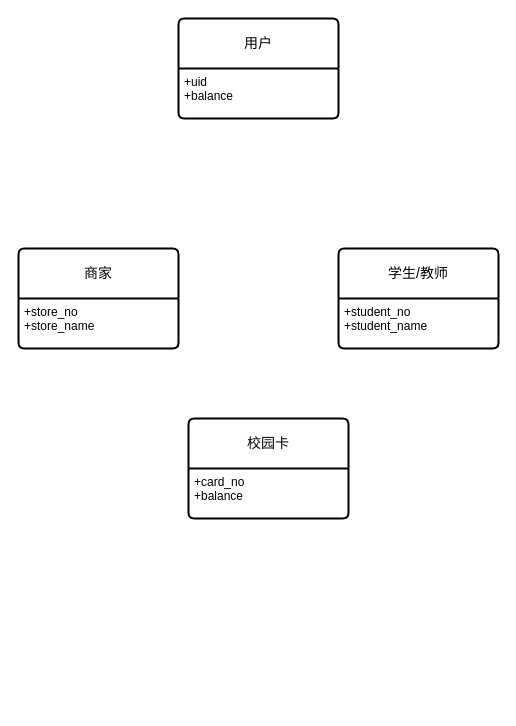
The draw.io diagram ER-Charts/ER_CampusCard.drawio in ShiaoYoung/Database-course_design, before the edit. Source tidied: cells renumbered, new cells numbered last; positions are measured from the earlier drawing's top-left corner, leaving out a move shared by most shapes. Both pictures are drawn from the tidied source at 100%, with x=0, y=0 at pixel (18, 18).
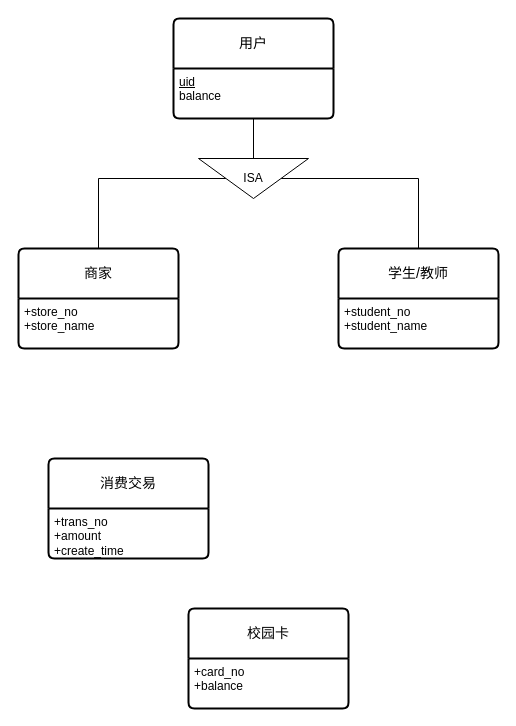
Above is the later version.

Change to the diagram source:
```diff
@@
 <mxGraphModel>
   <root>
     <mxCell id="0" />
     <mxCell id="1" parent="0" />
     <mxCell id="2" value="商家" style="swimlane;horizontal=1;startSize=50;rounded=1;fontSize=14;fontStyle=0;strokeWidth=2;shadow=0;dashed=0;align=center;arcSize=4;whiteSpace=wrap;html=1;" parent="1" vertex="1">
       <mxGeometry y="230" width="160" height="100" as="geometry" />
     </mxCell>
     <mxCell id="3" value="+store_no&lt;br&gt;+store_name" style="align=left;strokeColor=none;fillColor=none;spacingLeft=4;fontSize=12;verticalAlign=top;html=1;" parent="2" vertex="1">
       <mxGeometry y="50" width="160" height="50" as="geometry" />
     </mxCell>
     <mxCell id="4" value="校园卡" style="swimlane;horizontal=1;startSize=50;rounded=1;fontSize=14;fontStyle=0;strokeWidth=2;shadow=0;dashed=0;align=center;arcSize=4;whiteSpace=wrap;html=1;" parent="1" vertex="1">
-      <mxGeometry x="170" y="400" width="160" height="100" as="geometry" />
+      <mxGeometry x="170" y="590" width="160" height="100" as="geometry" />
     </mxCell>
     <mxCell id="5" value="+card_no&lt;br&gt;+balance" style="align=left;strokeColor=none;fillColor=none;spacingLeft=4;fontSize=12;verticalAlign=top;html=1;" parent="4" vertex="1">
       <mxGeometry y="50" width="160" height="50" as="geometry" />
     </mxCell>
     <mxCell id="6" value="用户" style="swimlane;horizontal=1;startSize=50;rounded=1;fontSize=14;fontStyle=0;strokeWidth=2;shadow=0;dashed=0;align=center;arcSize=4;whiteSpace=wrap;html=1;" parent="1" vertex="1">
-      <mxGeometry x="160" width="160" height="100" as="geometry" />
+      <mxGeometry x="155" width="160" height="100" as="geometry" />
     </mxCell>
-    <mxCell id="7" value="+uid&lt;br&gt;+balance" style="align=left;strokeColor=none;fillColor=none;spacingLeft=4;fontSize=12;verticalAlign=top;html=1;" parent="6" vertex="1">
+    <mxCell id="7" value="&lt;u&gt;uid&lt;/u&gt;&lt;br&gt;balance" style="align=left;strokeColor=none;fillColor=none;spacingLeft=4;fontSize=12;verticalAlign=top;html=1;" parent="6" vertex="1">
       <mxGeometry y="50" width="160" height="50" as="geometry" />
     </mxCell>
     <mxCell id="8" value="学生/教师" style="swimlane;horizontal=1;startSize=50;rounded=1;fontSize=14;fontStyle=0;strokeWidth=2;shadow=0;dashed=0;align=center;arcSize=4;whiteSpace=wrap;html=1;" parent="1" vertex="1">
       <mxGeometry x="320" y="230" width="160" height="100" as="geometry" />
     </mxCell>
     <mxCell id="9" value="+student_no&lt;br&gt;+student_name" style="align=left;strokeColor=none;fillColor=none;spacingLeft=4;fontSize=12;verticalAlign=top;html=1;" parent="8" vertex="1">
       <mxGeometry y="50" width="160" height="50" as="geometry" />
     </mxCell>
+    <mxCell id="10" style="edgeStyle=orthogonalEdgeStyle;rounded=0;jettySize=auto;html=1;exitX=0.5;exitY=1;exitDx=0;exitDy=0;entryX=0.5;entryY=0;entryDx=0;entryDy=0;curved=0;strokeColor=default;endArrow=none;endFill=0;" parent="1" edge="1" source="12" target="2">
+      <mxGeometry relative="1" as="geometry" />
+    </mxCell>
+    <mxCell id="11" style="edgeStyle=orthogonalEdgeStyle;rounded=0;jettySize=auto;html=1;exitX=0.5;exitY=0;exitDx=0;exitDy=0;entryX=0.5;entryY=0;entryDx=0;entryDy=0;endArrow=none;endFill=0;" parent="1" edge="1" source="12" target="8">
+      <mxGeometry relative="1" as="geometry" />
+    </mxCell>
+    <mxCell id="12" value="ISA" style="triangle;whiteSpace=wrap;html=1;direction=south;" parent="1" vertex="1">
+      <mxGeometry x="180" y="140" width="110" height="40" as="geometry" />
+    </mxCell>
+    <mxCell id="13" style="edgeStyle=orthogonalEdgeStyle;rounded=0;jettySize=auto;html=1;exitX=0.5;exitY=1;exitDx=0;exitDy=0;entryX=0;entryY=0.5;entryDx=0;entryDy=0;endArrow=none;endFill=0;" parent="1" edge="1" source="7" target="12">
+      <mxGeometry relative="1" as="geometry" />
+    </mxCell>
+    <mxCell id="14" value="消费交易" style="swimlane;horizontal=1;startSize=50;rounded=1;fontSize=14;fontStyle=0;strokeWidth=2;shadow=0;dashed=0;align=center;arcSize=4;whiteSpace=wrap;html=1;" parent="1" vertex="1">
+      <mxGeometry x="30" y="440" width="160" height="100" as="geometry" />
+    </mxCell>
+    <mxCell id="15" value="+trans_no&lt;br&gt;+amount&lt;div&gt;+create_time&lt;/div&gt;" style="align=left;strokeColor=none;fillColor=none;spacingLeft=4;fontSize=12;verticalAlign=top;html=1;" parent="14" vertex="1">
+      <mxGeometry y="50" width="160" height="50" as="geometry" />
+    </mxCell>
   </root>
 </mxGraphModel>
```
